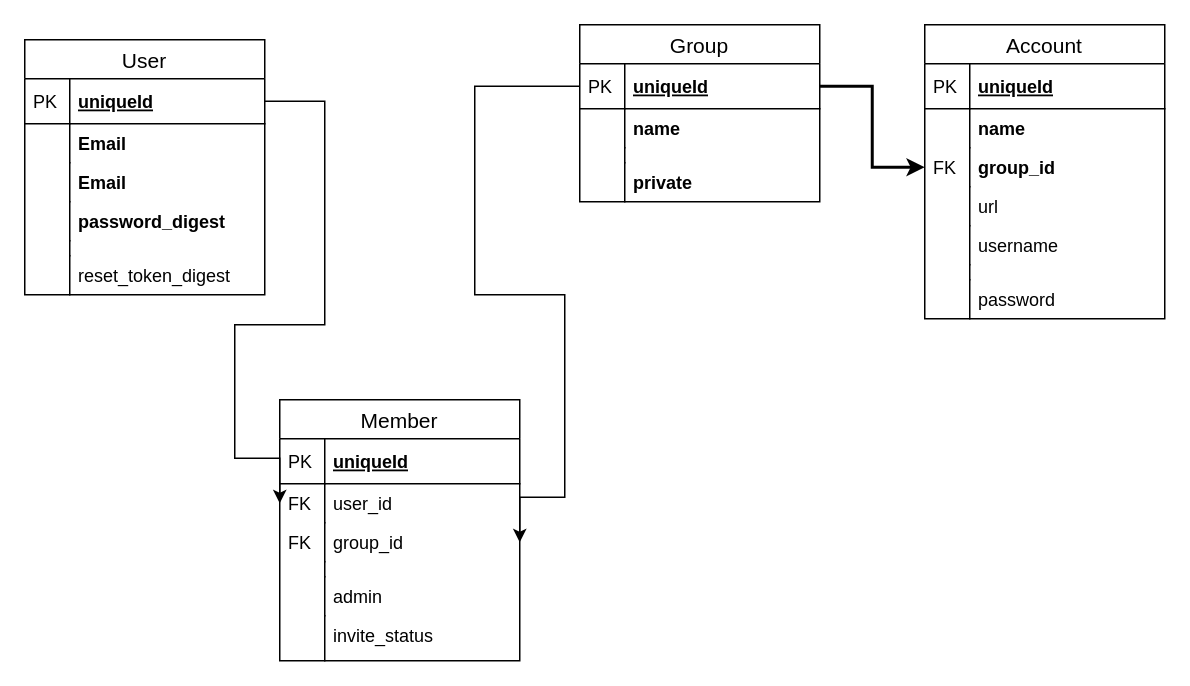
Above: Rails_project.drawio in Anthonyntilelli/toy_password_manager (draw.io), before the change. Source tidied: cells renumbered, new cells numbered last; positions are measured from the earlier drawing's top-left corner, leaving out a move shared by most shapes. Both pictures are drawn from the tidied source at 150%, with x=0, y=0 at pixel (24, 24).
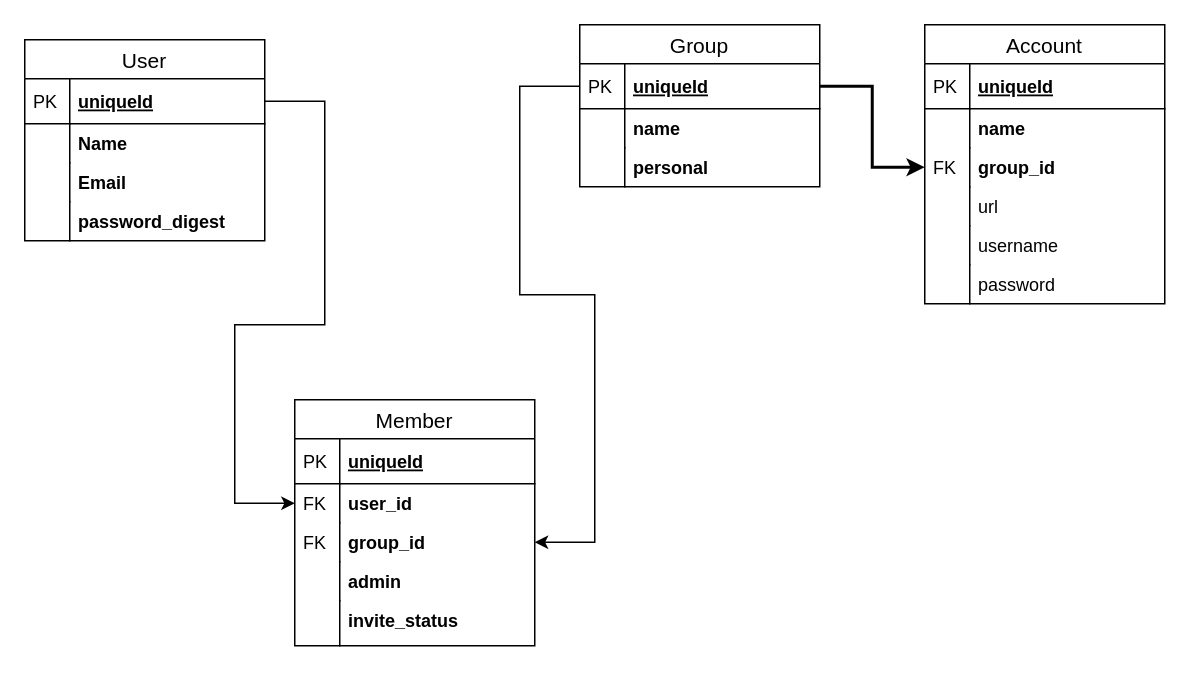
The same page after the edit.

The change refers to these unchanged cells:
```xml
<mxCell id="6" value="uniqueId" style="shape=partialRectangle;top=0;left=0;right=0;bottom=1;align=left;verticalAlign=middle;fillColor=none;spacingLeft=34;spacingRight=4;overflow=hidden;points=[[0,0.5],[1,0.5]];portConstraint=eastwest;fontStyle=5;fontSize=12;" parent="5" vertex="1">
  <mxGeometry y="26" width="160" height="30" as="geometry" />
</mxCell>
<mxCell id="19" value="uniqueId" style="shape=partialRectangle;top=0;left=0;right=0;bottom=1;align=left;verticalAlign=middle;fillColor=none;spacingLeft=34;spacingRight=4;overflow=hidden;points=[[0,0.5],[1,0.5]];portConstraint=eastwest;fontStyle=5;fontSize=12;" parent="18" vertex="1">
  <mxGeometry y="26" width="160" height="30" as="geometry" />
</mxCell>
```

The edit, as a diff of the source:
```diff
@@
     <mxCell id="3" style="edgeStyle=orthogonalEdgeStyle;rounded=0;jettySize=auto;html=1;entryX=0;entryY=0.5;entryDx=0;entryDy=0;" parent="1" edge="1" source="6" target="45">
       <mxGeometry relative="1" as="geometry">
         <Array as="points">
           <mxPoint x="200" y="51" />
           <mxPoint x="200" y="200" />
           <mxPoint x="140" y="200" />
-          <mxPoint x="140" y="289" />
-          <mxPoint x="170" y="289" />
+          <mxPoint x="140" y="319" />
         </Array>
       </mxGeometry>
     </mxCell>
     <mxCell id="4" style="edgeStyle=orthogonalEdgeStyle;rounded=0;jettySize=auto;html=1;entryX=1;entryY=0.5;entryDx=0;entryDy=0;" parent="1" edge="1" source="19" target="47">
       <mxGeometry relative="1" as="geometry">
         <Array as="points">
-          <mxPoint x="300" y="41" />
-          <mxPoint x="300" y="180" />
-          <mxPoint x="360" y="180" />
-          <mxPoint x="360" y="315" />
+          <mxPoint x="330" y="41" />
+          <mxPoint x="330" y="180" />
+          <mxPoint x="380" y="180" />
+          <mxPoint x="380" y="345" />
         </Array>
       </mxGeometry>
     </mxCell>
     <mxCell id="5" value="User" style="swimlane;fontStyle=0;horizontal=1;startSize=26;align=center;fontSize=14;" parent="1" vertex="1">
-      <mxGeometry y="10" width="160" height="170" as="geometry" />
+      <mxGeometry y="10" width="160" height="134" as="geometry" />
     </mxCell>
@@
-    <mxCell id="8" value="Email" style="shape=partialRectangle;top=0;left=0;right=0;bottom=0;align=left;verticalAlign=top;fillColor=none;spacingLeft=34;spacingRight=4;overflow=hidden;fontSize=12;fontStyle=1;" parent="5" vertex="1">
+    <mxCell id="8" value="Name" style="shape=partialRectangle;top=0;left=0;right=0;bottom=0;align=left;verticalAlign=top;fillColor=none;spacingLeft=34;spacingRight=4;overflow=hidden;fontSize=12;fontStyle=1;" parent="5" vertex="1">
       <mxGeometry y="56" width="160" height="26" as="geometry" />
     </mxCell>
@@
-    <mxCell id="14" style="shape=partialRectangle;top=0;left=0;right=0;bottom=0;align=left;verticalAlign=top;fillColor=none;spacingLeft=34;spacingRight=4;overflow=hidden;fontSize=12;" parent="5" vertex="1">
-      <mxGeometry y="134" width="160" height="10" as="geometry" />
-    </mxCell>
-    <mxCell id="15" style="shape=partialRectangle;top=0;left=0;bottom=0;fillColor=none;align=left;verticalAlign=top;spacingLeft=4;spacingRight=4;overflow=hidden;fontSize=12;" parent="14" vertex="1">
-      <mxGeometry width="30" height="10" as="geometry" />
-    </mxCell>
-    <mxCell id="16" value="reset_token_digest" style="shape=partialRectangle;top=0;left=0;right=0;bottom=0;align=left;verticalAlign=top;fillColor=none;spacingLeft=34;spacingRight=4;overflow=hidden;fontSize=12;fontStyle=0;" parent="5" vertex="1">
-      <mxGeometry y="144" width="160" height="26" as="geometry" />
-    </mxCell>
-    <mxCell id="17" style="shape=partialRectangle;top=0;left=0;bottom=0;fillColor=none;align=left;verticalAlign=top;spacingLeft=4;spacingRight=4;overflow=hidden;fontSize=12;" parent="16" vertex="1">
-      <mxGeometry width="30" height="26" as="geometry" />
-    </mxCell>
     <mxCell id="18" value="Group" style="swimlane;fontStyle=0;horizontal=1;startSize=26;align=center;fontSize=14;" parent="1" vertex="1">
-      <mxGeometry x="370" width="160" height="118" as="geometry" />
+      <mxGeometry x="370" width="160" height="108" as="geometry" />
     </mxCell>
@@
-    <mxCell id="23" style="shape=partialRectangle;top=0;left=0;right=0;bottom=0;align=left;verticalAlign=top;fillColor=none;spacingLeft=34;spacingRight=4;overflow=hidden;fontSize=12;" parent="18" vertex="1">
-      <mxGeometry y="82" width="160" height="10" as="geometry" />
-    </mxCell>
-    <mxCell id="24" style="shape=partialRectangle;top=0;left=0;bottom=0;fillColor=none;align=left;verticalAlign=top;spacingLeft=4;spacingRight=4;overflow=hidden;fontSize=12;" parent="23" vertex="1">
-      <mxGeometry width="30" height="10" as="geometry" />
-    </mxCell>
-    <mxCell id="25" value="private" style="shape=partialRectangle;top=0;left=0;right=0;bottom=0;align=left;verticalAlign=top;fillColor=none;spacingLeft=34;spacingRight=4;overflow=hidden;fontSize=12;fontStyle=1;" parent="18" vertex="1">
-      <mxGeometry y="92" width="160" height="26" as="geometry" />
+    <mxCell id="25" value="personal" style="shape=partialRectangle;top=0;left=0;right=0;bottom=0;align=left;verticalAlign=top;fillColor=none;spacingLeft=34;spacingRight=4;overflow=hidden;fontSize=12;fontStyle=1;" parent="18" vertex="1">
+      <mxGeometry y="82" width="160" height="26" as="geometry" />
     </mxCell>
@@
     <mxCell id="27" value="Account" style="swimlane;fontStyle=0;horizontal=1;startSize=26;align=center;fontSize=14;" parent="1" vertex="1">
-      <mxGeometry x="600" width="160" height="196" as="geometry" />
+      <mxGeometry x="600" width="160" height="186" as="geometry" />
     </mxCell>
@@
-    <mxCell id="38" style="shape=partialRectangle;top=0;left=0;right=0;bottom=0;align=left;verticalAlign=top;fillColor=none;spacingLeft=34;spacingRight=4;overflow=hidden;fontSize=12;" parent="27" vertex="1">
-      <mxGeometry y="160" width="160" height="10" as="geometry" />
-    </mxCell>
-    <mxCell id="39" style="shape=partialRectangle;top=0;left=0;bottom=0;fillColor=none;align=left;verticalAlign=top;spacingLeft=4;spacingRight=4;overflow=hidden;fontSize=12;" parent="38" vertex="1">
-      <mxGeometry width="30" height="10" as="geometry" />
-    </mxCell>
     <mxCell id="40" value="password" style="shape=partialRectangle;top=0;left=0;right=0;bottom=0;align=left;verticalAlign=top;fillColor=none;spacingLeft=34;spacingRight=4;overflow=hidden;fontSize=12;" parent="27" vertex="1">
-      <mxGeometry y="170" width="160" height="26" as="geometry" />
+      <mxGeometry y="160" width="160" height="26" as="geometry" />
     </mxCell>
@@
     <mxCell id="42" value="Member" style="swimlane;fontStyle=0;horizontal=1;startSize=26;align=center;fontSize=14;" parent="1" vertex="1">
-      <mxGeometry x="170" y="250" width="160" height="174" as="geometry" />
+      <mxGeometry x="180" y="250" width="160" height="164" as="geometry" />
     </mxCell>
@@
-    <mxCell id="45" value="user_id" style="shape=partialRectangle;top=0;left=0;right=0;bottom=0;align=left;verticalAlign=top;fillColor=none;spacingLeft=34;spacingRight=4;overflow=hidden;points=[[0,0.5],[1,0.5]];portConstraint=eastwest;fontSize=12;" parent="42" vertex="1">
+    <mxCell id="45" value="user_id" style="shape=partialRectangle;top=0;left=0;right=0;bottom=0;align=left;verticalAlign=top;fillColor=none;spacingLeft=34;spacingRight=4;overflow=hidden;points=[[0,0.5],[1,0.5]];portConstraint=eastwest;fontSize=12;fontStyle=1;" parent="42" vertex="1">
       <mxGeometry y="56" width="160" height="26" as="geometry" />
     </mxCell>
@@
-    <mxCell id="47" value="group_id" style="shape=partialRectangle;top=0;left=0;right=0;bottom=0;align=left;verticalAlign=top;fillColor=none;spacingLeft=34;spacingRight=4;overflow=hidden;points=[[0,0.5],[1,0.5]];portConstraint=eastwest;fontSize=12;" parent="42" vertex="1">
+    <mxCell id="47" value="group_id" style="shape=partialRectangle;top=0;left=0;right=0;bottom=0;align=left;verticalAlign=top;fillColor=none;spacingLeft=34;spacingRight=4;overflow=hidden;points=[[0,0.5],[1,0.5]];portConstraint=eastwest;fontSize=12;fontStyle=1;" parent="42" vertex="1">
       <mxGeometry y="82" width="160" height="26" as="geometry" />
     </mxCell>
@@
-    <mxCell id="49" style="shape=partialRectangle;top=0;left=0;right=0;bottom=0;align=left;verticalAlign=top;fillColor=none;spacingLeft=34;spacingRight=4;overflow=hidden;fontSize=12;" parent="42" vertex="1">
-      <mxGeometry y="108" width="160" height="10" as="geometry" />
-    </mxCell>
-    <mxCell id="50" style="shape=partialRectangle;top=0;left=0;bottom=0;fillColor=none;align=left;verticalAlign=top;spacingLeft=4;spacingRight=4;overflow=hidden;fontSize=12;" parent="49" vertex="1">
-      <mxGeometry width="30" height="10" as="geometry" />
-    </mxCell>
-    <mxCell id="51" value="admin" style="shape=partialRectangle;top=0;left=0;right=0;bottom=0;align=left;verticalAlign=top;fillColor=none;spacingLeft=34;spacingRight=4;overflow=hidden;fontSize=12;" parent="42" vertex="1">
-      <mxGeometry y="118" width="160" height="26" as="geometry" />
+    <mxCell id="51" value="admin" style="shape=partialRectangle;top=0;left=0;right=0;bottom=0;align=left;verticalAlign=top;fillColor=none;spacingLeft=34;spacingRight=4;overflow=hidden;fontSize=12;fontStyle=1;" parent="42" vertex="1">
+      <mxGeometry y="108" width="160" height="26" as="geometry" />
     </mxCell>
@@
-    <mxCell id="53" value="invite_status" style="shape=partialRectangle;top=0;left=0;right=0;bottom=0;align=left;verticalAlign=top;fillColor=none;spacingLeft=34;spacingRight=4;overflow=hidden;fontSize=12;" parent="42" vertex="1">
-      <mxGeometry y="144" width="160" height="30" as="geometry" />
+    <mxCell id="53" value="invite_status" style="shape=partialRectangle;top=0;left=0;right=0;bottom=0;align=left;verticalAlign=top;fillColor=none;spacingLeft=34;spacingRight=4;overflow=hidden;fontSize=12;fontStyle=1;" parent="42" vertex="1">
+      <mxGeometry y="134" width="160" height="30" as="geometry" />
     </mxCell>
```
